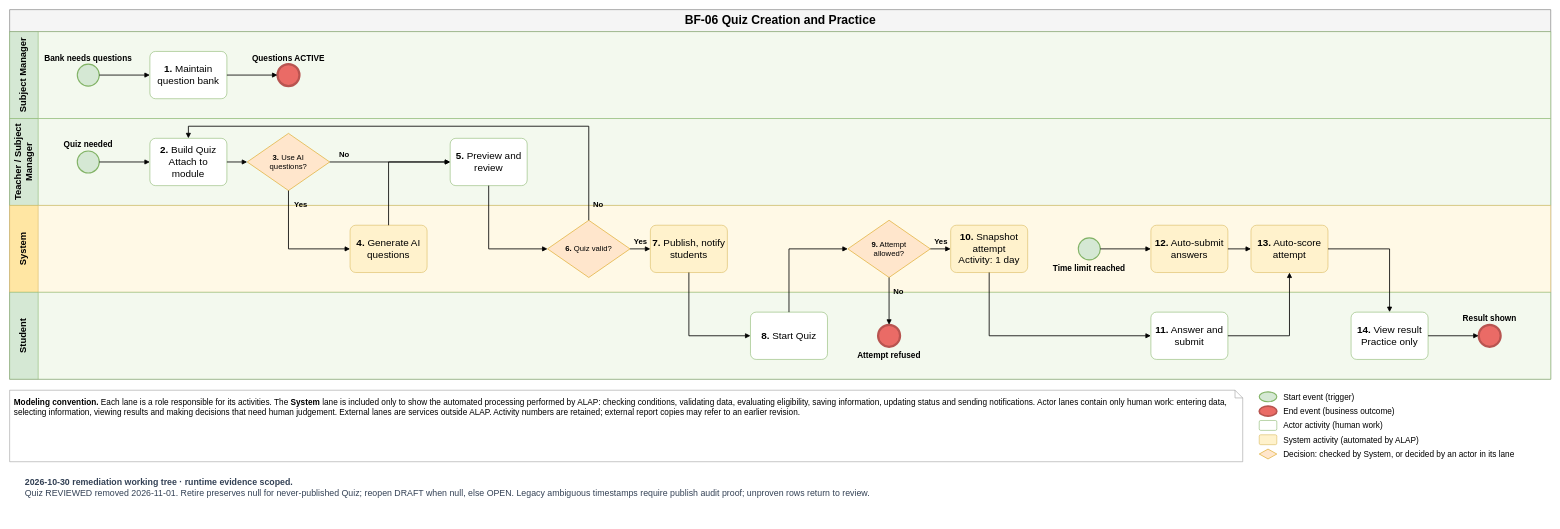
hygef-v4/AI-Powered-Learning-Platform keeps this draw.io diagram as aidlc-docs/inception/main-business-flows/BF-06-Quiz-Creation-and-Practice.drawio. Above is the earlier version. Source tidied: cells renumbered, new cells numbered last; positions are measured from the earlier drawing's top-left corner, leaving out a move shared by most shapes. Both pictures are drawn from the tidied source at 55%, with x=0, y=0 at pixel (9, 9).
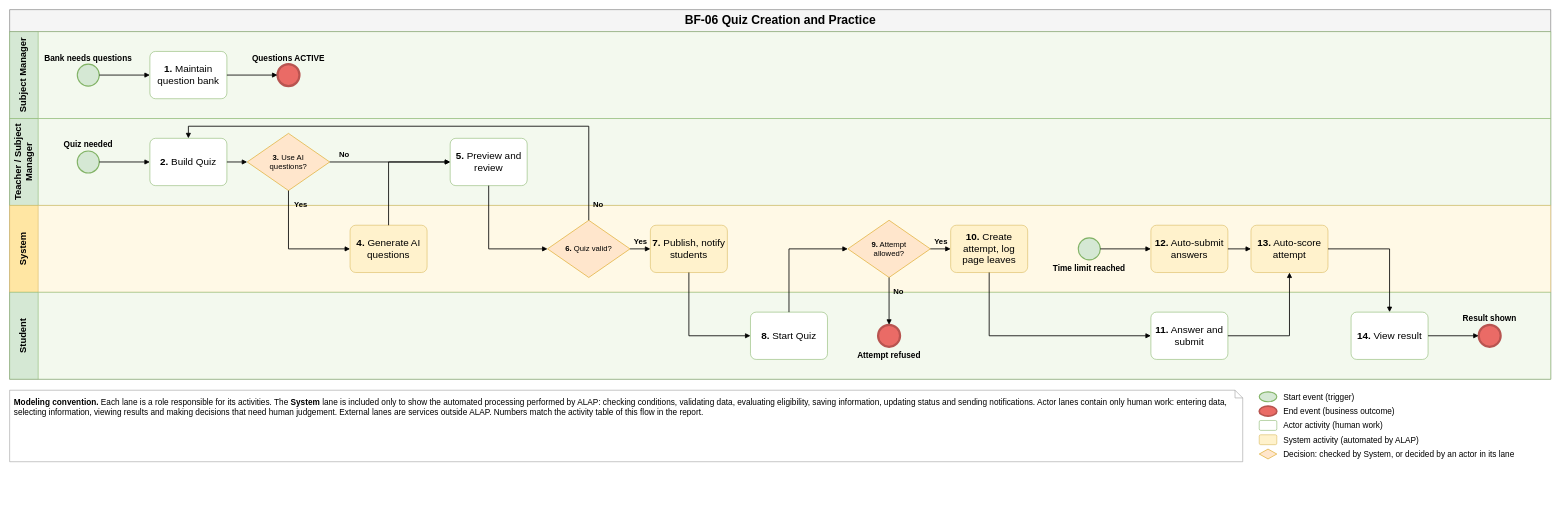
After the change.

The change refers to these unchanged cells:
```xml
<mxCell id="4" value="Teacher / Subject Manager" style="swimlane;startSize=52;horizontal=0;html=1;whiteSpace=wrap;fillColor=#D5E8D4;swimlaneFillColor=#F3F9EE;strokeColor=#82B366;fontSize=17;fontStyle=1;align=center;verticalAlign=middle;spacing=4;" parent="2" vertex="1">
  <mxGeometry y="198" width="2802" height="158" as="geometry" />
</mxCell>
<mxCell id="5" value="System" style="swimlane;startSize=52;horizontal=0;html=1;whiteSpace=wrap;fillColor=#FFE6A3;swimlaneFillColor=#FFF9E6;strokeColor=#D6B656;fontSize=17;fontStyle=1;align=center;verticalAlign=middle;spacing=4;" parent="2" vertex="1">
  <mxGeometry y="356" width="2802" height="158" as="geometry" />
</mxCell>
<mxCell id="6" value="Student" style="swimlane;startSize=52;horizontal=0;html=1;whiteSpace=wrap;fillColor=#D5E8D4;swimlaneFillColor=#F3F9EE;strokeColor=#82B366;fontSize=17;fontStyle=1;align=center;verticalAlign=middle;spacing=4;" parent="2" vertex="1">
  <mxGeometry y="514" width="2802" height="158" as="geometry" />
</mxCell>
```

Change to the diagram source:
```diff
@@
-    <mxCell id="9" value="&lt;b&gt;2.&lt;/b&gt; Build Quiz&lt;br&gt;Attach to module" style="rounded=1;whiteSpace=wrap;html=1;fillColor=#FFFFFF;strokeColor=#82B366;fontSize=18;spacing=4;arcSize=12;" parent="4" vertex="1">
+    <mxCell id="9" value="&lt;b&gt;2.&lt;/b&gt; Build Quiz" style="rounded=1;whiteSpace=wrap;html=1;fillColor=#FFFFFF;strokeColor=#82B366;fontSize=18;spacing=4;arcSize=12;" parent="4" vertex="1">
       <mxGeometry x="255" y="36" width="140" height="86" as="geometry" />
     </mxCell>
@@
-    <mxCell id="17" value="&lt;b&gt;10.&lt;/b&gt; Snapshot attempt&lt;br&gt;Activity: 1 day" style="rounded=1;whiteSpace=wrap;html=1;fillColor=#FFF2CC;strokeColor=#D6B656;fontSize=18;spacing=4;arcSize=12;" parent="5" vertex="1">
+    <mxCell id="17" value="&lt;b&gt;10.&lt;/b&gt; Create attempt, log page leaves" style="rounded=1;whiteSpace=wrap;html=1;fillColor=#FFF2CC;strokeColor=#D6B656;fontSize=18;spacing=4;arcSize=12;" parent="5" vertex="1">
       <mxGeometry x="1711" y="36" width="140" height="86" as="geometry" />
     </mxCell>
@@
-    <mxCell id="21" value="&lt;b&gt;14.&lt;/b&gt; View result&lt;br&gt;Practice only" style="rounded=1;whiteSpace=wrap;html=1;fillColor=#FFFFFF;strokeColor=#82B366;fontSize=18;spacing=4;arcSize=12;" parent="6" vertex="1">
+    <mxCell id="21" value="&lt;b&gt;14.&lt;/b&gt; View result" style="rounded=1;whiteSpace=wrap;html=1;fillColor=#FFFFFF;strokeColor=#82B366;fontSize=18;spacing=4;arcSize=12;" parent="6" vertex="1">
       <mxGeometry x="2439" y="36" width="140" height="86" as="geometry" />
     </mxCell>
@@
-    <mxCell id="47" value="&lt;b&gt;Modeling convention.&lt;/b&gt; Each lane is a role responsible for its activities. The &lt;b&gt;System&lt;/b&gt; lane is included only to show the automated processing performed by ALAP: checking conditions, validating data, evaluating eligibility, saving information, updating status and sending notifications. Actor lanes contain only human work: entering data, selecting information, viewing results and making decisions that need human judgement. External lanes are services outside ALAP. Activity numbers are retained; external report copies may refer to an earlier revision." style="shape=note;whiteSpace=wrap;html=1;size=14;fillColor=#FFFFFF;strokeColor=#999999;fontSize=15;align=left;verticalAlign=top;spacing=8;" parent="1" vertex="1">
+    <mxCell id="47" value="&lt;b&gt;Modeling convention.&lt;/b&gt; Each lane is a role responsible for its activities. The &lt;b&gt;System&lt;/b&gt; lane is included only to show the automated processing performed by ALAP: checking conditions, validating data, evaluating eligibility, saving information, updating status and sending notifications. Actor lanes contain only human work: entering data, selecting information, viewing results and making decisions that need human judgement. External lanes are services outside ALAP. Numbers match the activity table of this flow in the report." style="shape=note;whiteSpace=wrap;html=1;size=14;fillColor=#FFFFFF;strokeColor=#999999;fontSize=15;align=left;verticalAlign=top;spacing=8;" parent="1" vertex="1">
       <mxGeometry y="692" width="2242" height="130" as="geometry" />
     </mxCell>
@@
-    <mxCell id="58" value="&lt;b&gt;2026-10-30 remediation working tree · runtime evidence scoped.&lt;/b&gt;&lt;br&gt;Quiz REVIEWED removed 2026-11-01. Retire preserves null for never-published Quiz; reopen DRAFT when null, else OPEN. Legacy ambiguous timestamps require publish audit proof; unproven rows return to review." style="text;html=1;whiteSpace=wrap;align=left;verticalAlign=top;fontSize=16;fontColor=#334155;spacing=8;" parent="1" vertex="1">
-      <mxGeometry x="20" y="837" width="2762" height="90" as="geometry" />
-    </mxCell>
```
